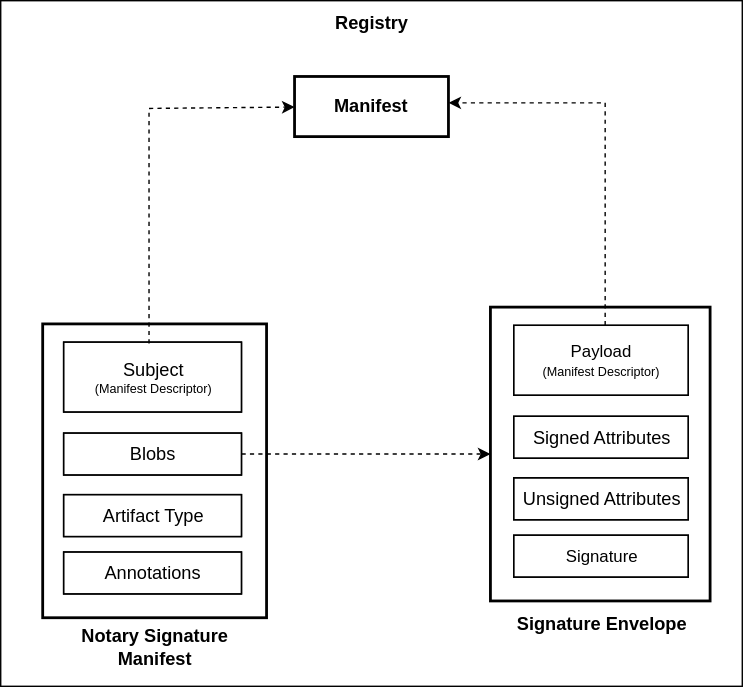
Before: media/signature-specification.svg, a diagram exported from draw.io (notaryproject/specifications). Source tidied: cells renumbered, new cells last; positions are measured from the earlier drawing's top-left corner, leaving out a move shared by most shapes. Its diagram source:
```xml
<mxGraphModel background="#ffffff">
  <root>
    <mxCell id="0" />
    <mxCell id="1" parent="0" />
    <mxCell id="2" style="group;html=1;" parent="1" vertex="1">
      <mxGeometry width="530" height="490" as="geometry" />
    </mxCell>
    <mxCell id="3" style="rounded=0;whiteSpace=wrap;html=1;fillColor=#ffffff;labelBackgroundColor=#000000;gradientColor=none;" parent="2" vertex="1">
      <mxGeometry width="530" height="490" as="geometry" />
    </mxCell>
    <mxCell id="4" value="&lt;font style=&quot;font-size: 13px&quot;&gt;Registry&lt;/font&gt;" style="text;html=1;strokeColor=none;fillColor=none;align=center;verticalAlign=middle;whiteSpace=wrap;rounded=0;fontStyle=1;" parent="2" vertex="1">
      <mxGeometry x="245" y="8.2" width="40" height="16.3" as="geometry" />
    </mxCell>
    <mxCell id="5" value="&lt;font style=&quot;font-size: 13px&quot;&gt;&lt;b&gt;Manifest&lt;/b&gt;&lt;/font&gt;" style="rounded=0;whiteSpace=wrap;html=1;strokeWidth=2;" parent="2" vertex="1">
      <mxGeometry x="210" y="54.2" width="110" height="43" as="geometry" />
    </mxCell>
    <mxCell id="6" style="edgeStyle=orthogonalEdgeStyle;rounded=0;html=1;jettySize=auto;entryX=0;entryY=0.5;entryDx=0;entryDy=0;fontSize=10;strokeWidth=1;dashed=1;" parent="1" edge="1" source="11" target="17">
      <mxGeometry relative="1" as="geometry" />
    </mxCell>
    <mxCell id="7" style="edgeStyle=orthogonalEdgeStyle;rounded=0;html=1;dashed=1;jettySize=auto;entryX=0;entryY=0.5;entryDx=0;entryDy=0;" parent="1" edge="1" target="5">
      <mxGeometry relative="1" as="geometry">
        <mxPoint x="106" y="245" as="sourcePoint" />
        <Array as="points">
          <mxPoint x="106" y="77" />
        </Array>
      </mxGeometry>
    </mxCell>
    <mxCell id="8" style="edgeStyle=orthogonalEdgeStyle;rounded=0;html=1;dashed=1;jettySize=auto;orthogonalLoop=1;entryX=1;entryY=0.5;entryDx=0;entryDy=0;" parent="1" edge="1">
      <mxGeometry relative="1" as="geometry">
        <mxPoint x="432" y="232" as="sourcePoint" />
        <mxPoint x="320" y="73" as="targetPoint" />
        <Array as="points">
          <mxPoint x="432" y="73" />
        </Array>
      </mxGeometry>
    </mxCell>
    <mxCell id="9" style="group;html=1;fontSize=13;" parent="1" vertex="1">
      <mxGeometry x="30" y="231" width="160" height="241" as="geometry" />
    </mxCell>
    <mxCell id="10" style="rounded=0;whiteSpace=wrap;html=1;strokeWidth=2;fillColor=none;" parent="9" vertex="1">
      <mxGeometry width="160" height="210" as="geometry" />
    </mxCell>
    <mxCell id="11" value="&lt;div&gt;&lt;font style=&quot;font-size: 13px&quot;&gt;Blobs&lt;/font&gt;&lt;/div&gt;" style="shape=ext;double=1;rounded=0;whiteSpace=wrap;html=1;strokeWidth=1;fillColor=none;" parent="9" vertex="1">
      <mxGeometry x="15" y="78" width="127.2" height="30" as="geometry" />
    </mxCell>
    <mxCell id="12" value="&lt;font style=&quot;font-size: 13px&quot;&gt;Artifact Type&lt;/font&gt;" style="shape=ext;double=1;rounded=0;whiteSpace=wrap;html=1;strokeWidth=1;fillColor=none;" parent="9" vertex="1">
      <mxGeometry x="15" y="122" width="127.2" height="30" as="geometry" />
    </mxCell>
    <mxCell id="13" value="&lt;font style=&quot;font-size: 13px&quot;&gt;Annotations&lt;/font&gt;" style="shape=ext;double=1;rounded=0;whiteSpace=wrap;html=1;strokeWidth=1;fillColor=none;" parent="9" vertex="1">
      <mxGeometry x="15" y="163" width="127.2" height="30" as="geometry" />
    </mxCell>
    <mxCell id="14" value="&lt;div style=&quot;font-size: 13px&quot;&gt;&lt;font style=&quot;font-size: 13px&quot;&gt;Notary Signature Manifest&lt;/font&gt;&lt;/div&gt;" style="text;html=1;strokeColor=none;fillColor=none;align=center;verticalAlign=middle;whiteSpace=wrap;rounded=0;fontStyle=1;" parent="9" vertex="1">
      <mxGeometry x="17" y="221" width="127" height="19" as="geometry" />
    </mxCell>
    <mxCell id="15" value="&lt;font style=&quot;font-size: 13px&quot;&gt;Subject&lt;/font&gt;&lt;div style=&quot;font-size: 9px&quot;&gt;&lt;font style=&quot;font-size: 9px&quot;&gt;(Manifest Descriptor)&lt;/font&gt;&lt;br&gt;&lt;/div&gt;" style="shape=ext;double=1;rounded=0;whiteSpace=wrap;html=1;strokeWidth=1;fillColor=none;" parent="9" vertex="1">
      <mxGeometry x="15" y="13" width="127.2" height="50" as="geometry" />
    </mxCell>
    <mxCell id="16" style="group;html=1;fontSize=13;" parent="1" vertex="1">
      <mxGeometry x="350" y="219" width="157" height="243" as="geometry" />
    </mxCell>
    <mxCell id="17" style="rounded=0;whiteSpace=wrap;html=1;strokeWidth=2;fillColor=none;" parent="16" vertex="1">
      <mxGeometry width="157" height="210" as="geometry" />
    </mxCell>
    <mxCell id="18" value="&lt;div&gt;Payload&lt;/div&gt;&lt;font style=&quot;font-size: 9px&quot;&gt;(Manifest Descriptor)&lt;/font&gt;" style="shape=ext;double=1;rounded=0;whiteSpace=wrap;html=1;strokeWidth=1;fillColor=none;" parent="16" vertex="1">
      <mxGeometry x="16.6" y="13" width="124.8" height="50" as="geometry" />
    </mxCell>
    <mxCell id="19" value="&lt;font style=&quot;font-size: 13px&quot;&gt;Signed Attributes&lt;/font&gt;" style="shape=ext;double=1;rounded=0;whiteSpace=wrap;html=1;strokeWidth=1;fillColor=none;" parent="16" vertex="1">
      <mxGeometry x="16.6" y="78" width="124.8" height="30" as="geometry" />
    </mxCell>
    <mxCell id="20" value="&lt;font style=&quot;font-size: 13px&quot;&gt;Unsigned Attributes&lt;/font&gt;" style="shape=ext;double=1;rounded=0;whiteSpace=wrap;html=1;strokeWidth=1;fillColor=none;" parent="16" vertex="1">
      <mxGeometry x="16.6" y="122" width="124.8" height="30" as="geometry" />
    </mxCell>
    <mxCell id="21" value="&lt;div&gt;Signature&lt;/div&gt;" style="shape=ext;double=1;rounded=0;whiteSpace=wrap;html=1;strokeWidth=1;fillColor=none;" parent="16" vertex="1">
      <mxGeometry x="16.6" y="163" width="124.8" height="30" as="geometry" />
    </mxCell>
    <mxCell id="22" value="&lt;div style=&quot;font-size: 13px&quot;&gt;&lt;font style=&quot;font-size: 13px&quot;&gt;&lt;b&gt;Signature Envelope&lt;br&gt;&lt;br&gt;&lt;/b&gt;&lt;/font&gt;&lt;/div&gt;" style="text;html=1;strokeColor=none;fillColor=none;align=center;verticalAlign=middle;whiteSpace=wrap;rounded=0;fontStyle=1;" parent="16" vertex="1">
      <mxGeometry x="16.6" y="223" width="124.8" height="20" as="geometry" />
    </mxCell>
  </root>
</mxGraphModel>
```
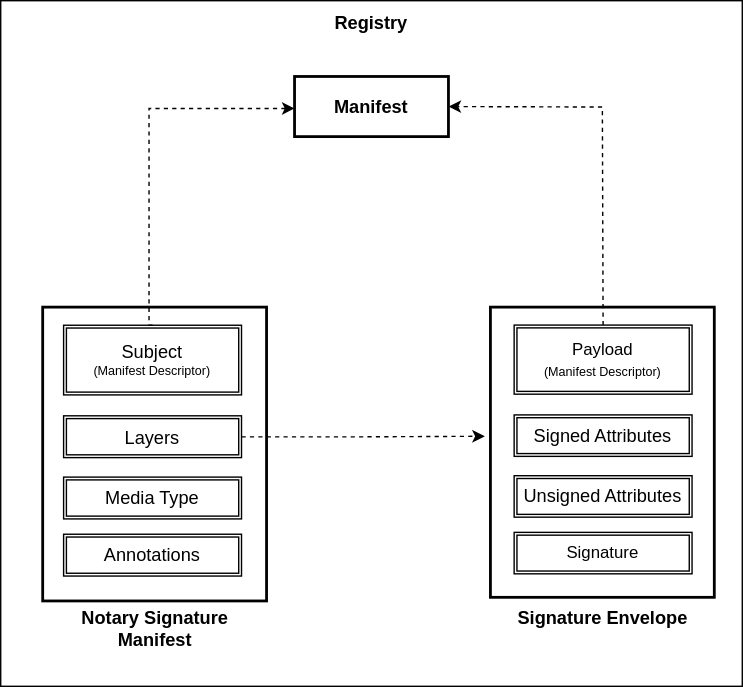
The same file after the commit.

Commit message:
doc: update signature specification for v1 release

The edit, as a diff of the source:
```diff
@@ -14,67 +14,66 @@
     <mxCell id="5" value="&lt;font style=&quot;font-size: 13px&quot;&gt;&lt;b&gt;Manifest&lt;/b&gt;&lt;/font&gt;" style="rounded=0;whiteSpace=wrap;html=1;strokeWidth=2;" parent="2" vertex="1">
       <mxGeometry x="210" y="54.2" width="110" height="43" as="geometry" />
     </mxCell>
-    <mxCell id="6" style="edgeStyle=orthogonalEdgeStyle;rounded=0;html=1;jettySize=auto;entryX=0;entryY=0.5;entryDx=0;entryDy=0;fontSize=10;strokeWidth=1;dashed=1;" parent="1" edge="1" source="11" target="17">
+    <mxCell id="6" style="edgeStyle=orthogonalEdgeStyle;rounded=0;html=1;jettySize=auto;entryX=-0.025;entryY=0.445;entryDx=0;entryDy=0;fontSize=10;strokeWidth=1;dashed=1;entryPerimeter=0;" parent="1" edge="1" source="11" target="17">
       <mxGeometry relative="1" as="geometry" />
     </mxCell>
-    <mxCell id="7" style="edgeStyle=orthogonalEdgeStyle;rounded=0;html=1;dashed=1;jettySize=auto;entryX=0;entryY=0.5;entryDx=0;entryDy=0;" parent="1" edge="1" target="5">
+    <mxCell id="7" style="edgeStyle=orthogonalEdgeStyle;rounded=0;html=1;dashed=1;jettySize=auto;exitX=0.5;exitY=0;exitDx=0;exitDy=0;" parent="1" edge="1" source="15">
       <mxGeometry relative="1" as="geometry">
-        <mxPoint x="106" y="245" as="sourcePoint" />
+        <mxPoint x="210" y="77" as="targetPoint" />
         <Array as="points">
+          <mxPoint x="106" y="232" />
           <mxPoint x="106" y="77" />
         </Array>
       </mxGeometry>
     </mxCell>
-    <mxCell id="8" style="edgeStyle=orthogonalEdgeStyle;rounded=0;html=1;dashed=1;jettySize=auto;orthogonalLoop=1;entryX=1;entryY=0.5;entryDx=0;entryDy=0;" parent="1" edge="1">
-      <mxGeometry relative="1" as="geometry">
-        <mxPoint x="432" y="232" as="sourcePoint" />
-        <mxPoint x="320" y="73" as="targetPoint" />
-        <Array as="points">
-          <mxPoint x="432" y="73" />
-        </Array>
-      </mxGeometry>
-    </mxCell>
     <mxCell id="9" style="group;html=1;fontSize=13;" parent="1" vertex="1">
-      <mxGeometry x="30" y="231" width="160" height="241" as="geometry" />
+      <mxGeometry x="30" y="219" width="160" height="240" as="geometry" />
     </mxCell>
     <mxCell id="10" style="rounded=0;whiteSpace=wrap;html=1;strokeWidth=2;fillColor=none;" parent="9" vertex="1">
       <mxGeometry width="160" height="210" as="geometry" />
     </mxCell>
-    <mxCell id="11" value="&lt;div&gt;&lt;font style=&quot;font-size: 13px&quot;&gt;Blobs&lt;/font&gt;&lt;/div&gt;" style="shape=ext;double=1;rounded=0;whiteSpace=wrap;html=1;strokeWidth=1;fillColor=none;" parent="9" vertex="1">
-      <mxGeometry x="15" y="78" width="127.2" height="30" as="geometry" />
+    <mxCell id="11" value="&lt;div&gt;&lt;font style=&quot;font-size: 13px&quot;&gt;Layers&lt;/font&gt;&lt;/div&gt;" style="shape=ext;double=1;rounded=0;whiteSpace=wrap;html=1;strokeWidth=1;fillColor=none;" parent="9" vertex="1">
+      <mxGeometry x="15" y="77.7" width="127.2" height="29.9" as="geometry" />
     </mxCell>
-    <mxCell id="12" value="&lt;font style=&quot;font-size: 13px&quot;&gt;Artifact Type&lt;/font&gt;" style="shape=ext;double=1;rounded=0;whiteSpace=wrap;html=1;strokeWidth=1;fillColor=none;" parent="9" vertex="1">
-      <mxGeometry x="15" y="122" width="127.2" height="30" as="geometry" />
+    <mxCell id="12" value="&lt;font style=&quot;font-size: 13px&quot;&gt;Media Type&lt;/font&gt;" style="shape=ext;double=1;rounded=0;whiteSpace=wrap;html=1;strokeWidth=1;fillColor=none;" parent="9" vertex="1">
+      <mxGeometry x="15" y="121.5" width="127.2" height="29.9" as="geometry" />
     </mxCell>
     <mxCell id="13" value="&lt;font style=&quot;font-size: 13px&quot;&gt;Annotations&lt;/font&gt;" style="shape=ext;double=1;rounded=0;whiteSpace=wrap;html=1;strokeWidth=1;fillColor=none;" parent="9" vertex="1">
-      <mxGeometry x="15" y="163" width="127.2" height="30" as="geometry" />
+      <mxGeometry x="15" y="162.3" width="127.2" height="29.9" as="geometry" />
     </mxCell>
     <mxCell id="14" value="&lt;div style=&quot;font-size: 13px&quot;&gt;&lt;font style=&quot;font-size: 13px&quot;&gt;Notary Signature Manifest&lt;/font&gt;&lt;/div&gt;" style="text;html=1;strokeColor=none;fillColor=none;align=center;verticalAlign=middle;whiteSpace=wrap;rounded=0;fontStyle=1;" parent="9" vertex="1">
-      <mxGeometry x="17" y="221" width="127" height="19" as="geometry" />
+      <mxGeometry x="17" y="220.1" width="127" height="18.9" as="geometry" />
     </mxCell>
     <mxCell id="15" value="&lt;font style=&quot;font-size: 13px&quot;&gt;Subject&lt;/font&gt;&lt;div style=&quot;font-size: 9px&quot;&gt;&lt;font style=&quot;font-size: 9px&quot;&gt;(Manifest Descriptor)&lt;/font&gt;&lt;br&gt;&lt;/div&gt;" style="shape=ext;double=1;rounded=0;whiteSpace=wrap;html=1;strokeWidth=1;fillColor=none;" parent="9" vertex="1">
-      <mxGeometry x="15" y="13" width="127.2" height="50" as="geometry" />
+      <mxGeometry x="15" y="12.9" width="127.2" height="49.8" as="geometry" />
     </mxCell>
     <mxCell id="16" style="group;html=1;fontSize=13;" parent="1" vertex="1">
-      <mxGeometry x="350" y="219" width="157" height="243" as="geometry" />
+      <mxGeometry x="350" y="219" width="160" height="240" as="geometry" />
     </mxCell>
     <mxCell id="17" style="rounded=0;whiteSpace=wrap;html=1;strokeWidth=2;fillColor=none;" parent="16" vertex="1">
-      <mxGeometry width="157" height="210" as="geometry" />
+      <mxGeometry width="160" height="207.4" as="geometry" />
     </mxCell>
     <mxCell id="18" value="&lt;div&gt;Payload&lt;/div&gt;&lt;font style=&quot;font-size: 9px&quot;&gt;(Manifest Descriptor)&lt;/font&gt;" style="shape=ext;double=1;rounded=0;whiteSpace=wrap;html=1;strokeWidth=1;fillColor=none;" parent="16" vertex="1">
-      <mxGeometry x="16.6" y="13" width="124.8" height="50" as="geometry" />
+      <mxGeometry x="17" y="12.8" width="127.2" height="49.4" as="geometry" />
     </mxCell>
     <mxCell id="19" value="&lt;font style=&quot;font-size: 13px&quot;&gt;Signed Attributes&lt;/font&gt;" style="shape=ext;double=1;rounded=0;whiteSpace=wrap;html=1;strokeWidth=1;fillColor=none;" parent="16" vertex="1">
-      <mxGeometry x="16.6" y="78" width="124.8" height="30" as="geometry" />
+      <mxGeometry x="17" y="77" width="127.2" height="29.6" as="geometry" />
     </mxCell>
     <mxCell id="20" value="&lt;font style=&quot;font-size: 13px&quot;&gt;Unsigned Attributes&lt;/font&gt;" style="shape=ext;double=1;rounded=0;whiteSpace=wrap;html=1;strokeWidth=1;fillColor=none;" parent="16" vertex="1">
-      <mxGeometry x="16.6" y="122" width="124.8" height="30" as="geometry" />
+      <mxGeometry x="17" y="120.5" width="127.2" height="29.6" as="geometry" />
     </mxCell>
     <mxCell id="21" value="&lt;div&gt;Signature&lt;/div&gt;" style="shape=ext;double=1;rounded=0;whiteSpace=wrap;html=1;strokeWidth=1;fillColor=none;" parent="16" vertex="1">
-      <mxGeometry x="16.6" y="163" width="124.8" height="30" as="geometry" />
+      <mxGeometry x="17" y="161" width="127.2" height="29.6" as="geometry" />
     </mxCell>
     <mxCell id="22" value="&lt;div style=&quot;font-size: 13px&quot;&gt;&lt;font style=&quot;font-size: 13px&quot;&gt;&lt;b&gt;Signature Envelope&lt;br&gt;&lt;br&gt;&lt;/b&gt;&lt;/font&gt;&lt;/div&gt;" style="text;html=1;strokeColor=none;fillColor=none;align=center;verticalAlign=middle;whiteSpace=wrap;rounded=0;fontStyle=1;" parent="16" vertex="1">
-      <mxGeometry x="16.6" y="223" width="124.8" height="20" as="geometry" />
+      <mxGeometry x="17" y="220.2" width="127.2" height="19.8" as="geometry" />
     </mxCell>
+    <mxCell id="23" style="endArrow=classic;dashed=1;html=1;rounded=0;exitX=0.5;exitY=0;exitDx=0;exitDy=0;entryX=1;entryY=0.5;entryDx=0;entryDy=0;startArrow=none;startFill=0;endFill=1;" parent="1" edge="1" source="18" target="5">
+      <mxGeometry relative="1" as="geometry">
+        <Array as="points">
+          <mxPoint x="430" y="76" />
+        </Array>
+      </mxGeometry>
+    </mxCell>
   </root>
 </mxGraphModel>
```
